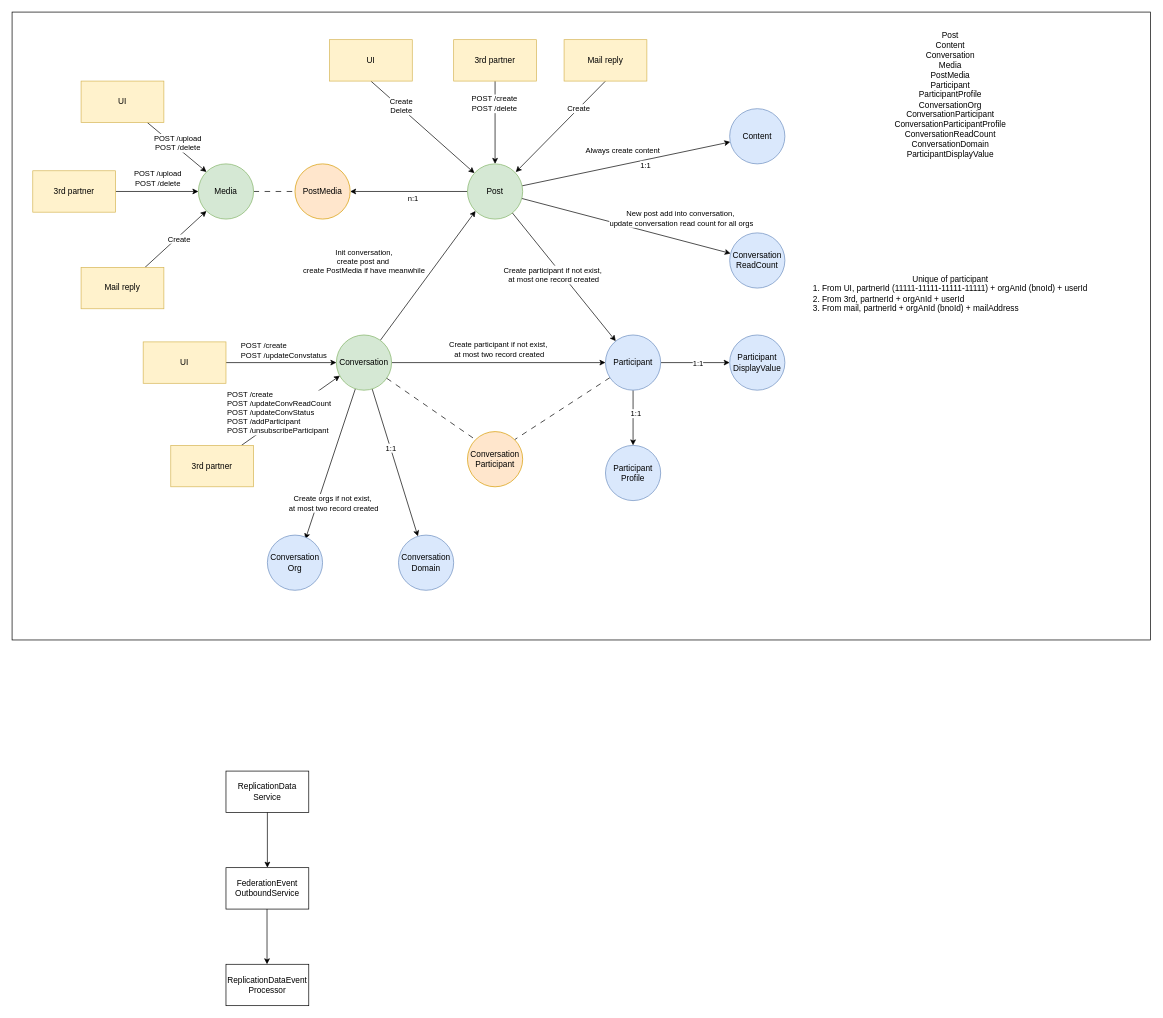
This is page "Page-5" (5 of 5) of messaging.drawio from huangshijie/Drawio, a draw.io file, before an edit. Source tidied: cells renumbered, new cells numbered last; positions are measured from the earlier drawing's top-left corner, leaving out a move shared by most shapes. Both pictures are drawn from the tidied source at 69%, with x=0, y=0 at pixel (12, 12).
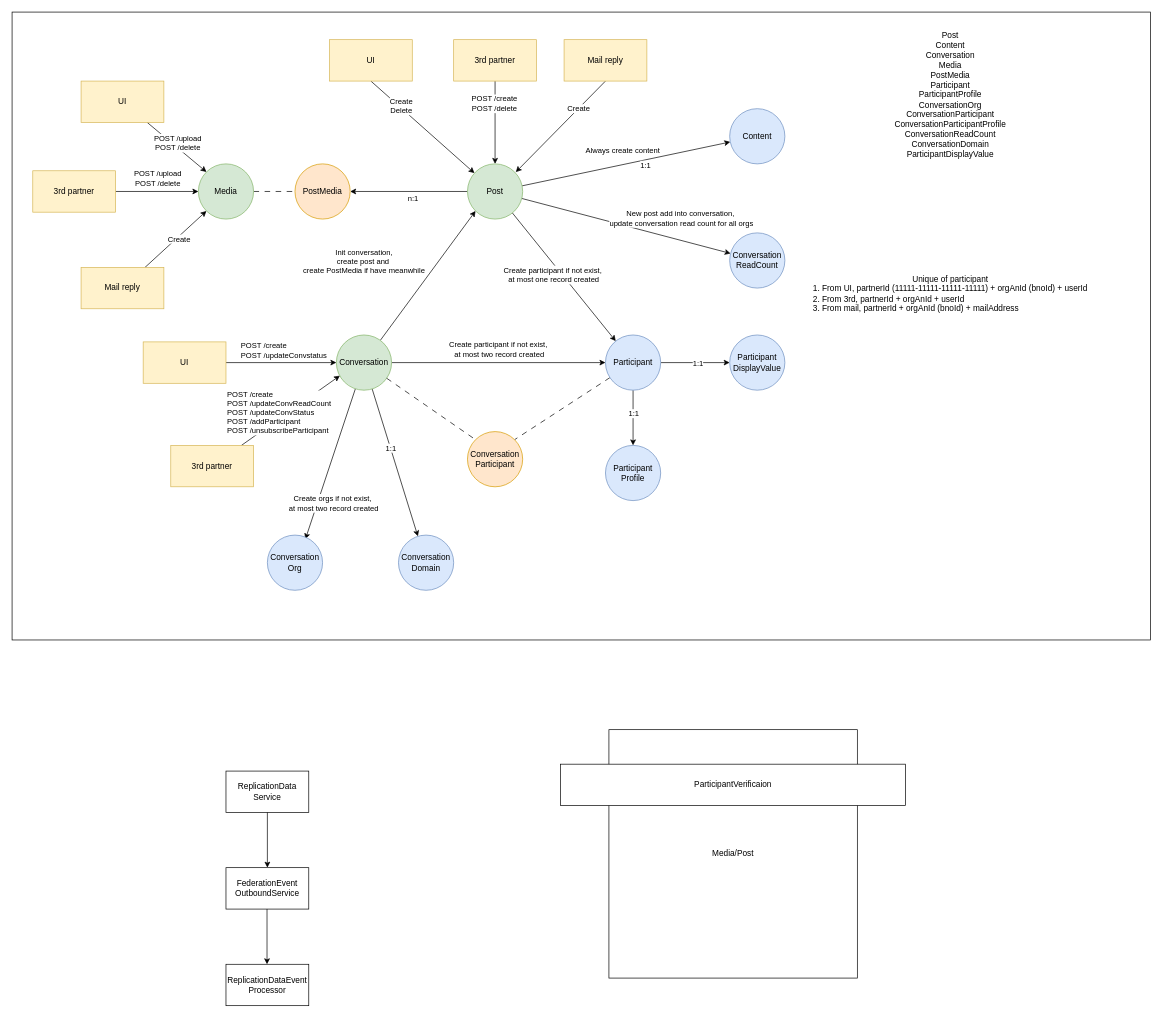
The same diagram, later.

Unchanged cells that the change refers to:
```xml
<mxCell id="38" style="rounded=0;jettySize=auto;html=1;" parent="1" edge="1" source="40" target="63">
  <mxGeometry relative="1" as="geometry" />
</mxCell>
```

Diff of the diagram source:
```diff
@@
     <mxCell id="39" value="1:1" style="edgeLabel;html=1;align=center;verticalAlign=middle;" parent="38" vertex="1">
-      <mxGeometry x="-0.17" y="3" relative="1" as="geometry" />
+      <mxGeometry x="-0.17" y="3" relative="1" as="geometry">
+        <mxPoint x="-3" as="offset" />
+      </mxGeometry>
     </mxCell>
@@
+    <mxCell id="70" value="Media/Post" style="whiteSpace=wrap;html=1;" parent="1" vertex="1">
+      <mxGeometry x="865" y="1040" width="360" height="360" as="geometry" />
+    </mxCell>
+    <mxCell id="71" value="ParticipantVerificaion" style="rounded=0;whiteSpace=wrap;html=1;" parent="1" vertex="1">
+      <mxGeometry x="795" y="1090" width="500" height="60" as="geometry" />
+    </mxCell>
```
